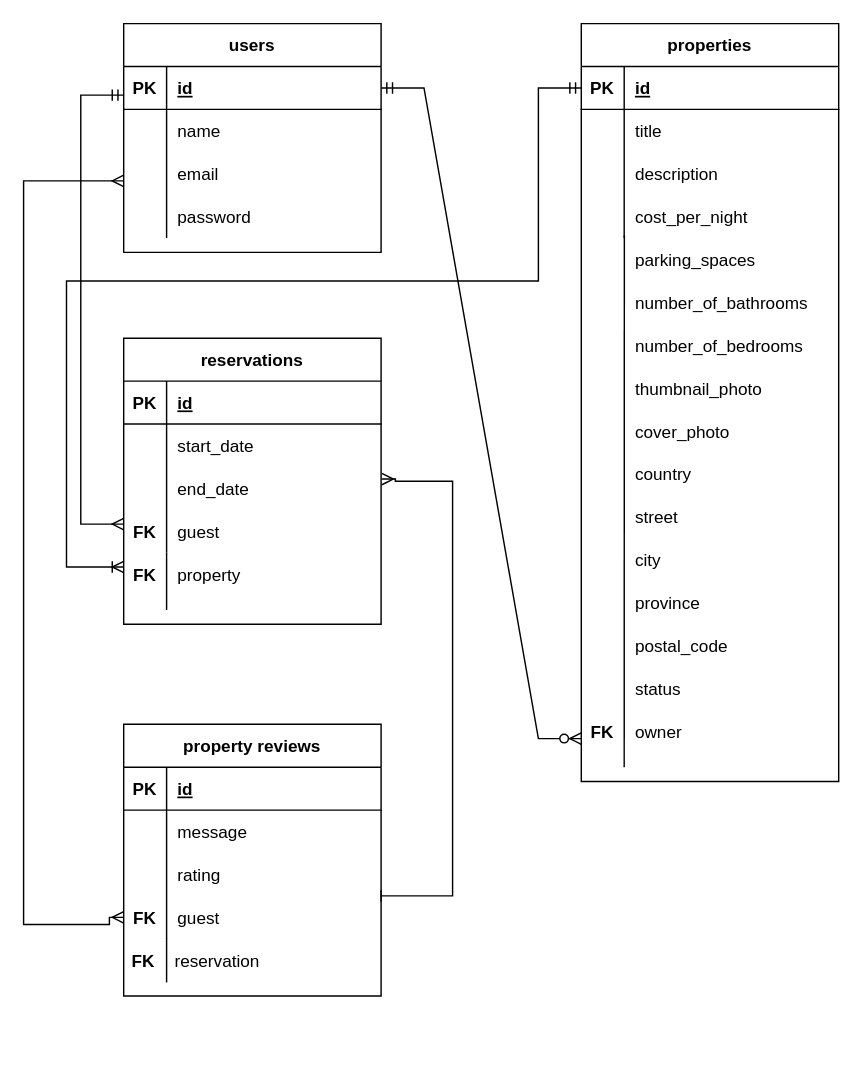
The draw.io diagram BnB.drawio in robertocervantesbetancourt/lighthouseBnB, before the edit. Source tidied: cells renumbered, new cells numbered last; positions are measured from the earlier drawing's top-left corner, leaving out a move shared by most shapes. Both pictures are drawn from the tidied source at 143%, with x=0, y=0 at pixel (23, 23).
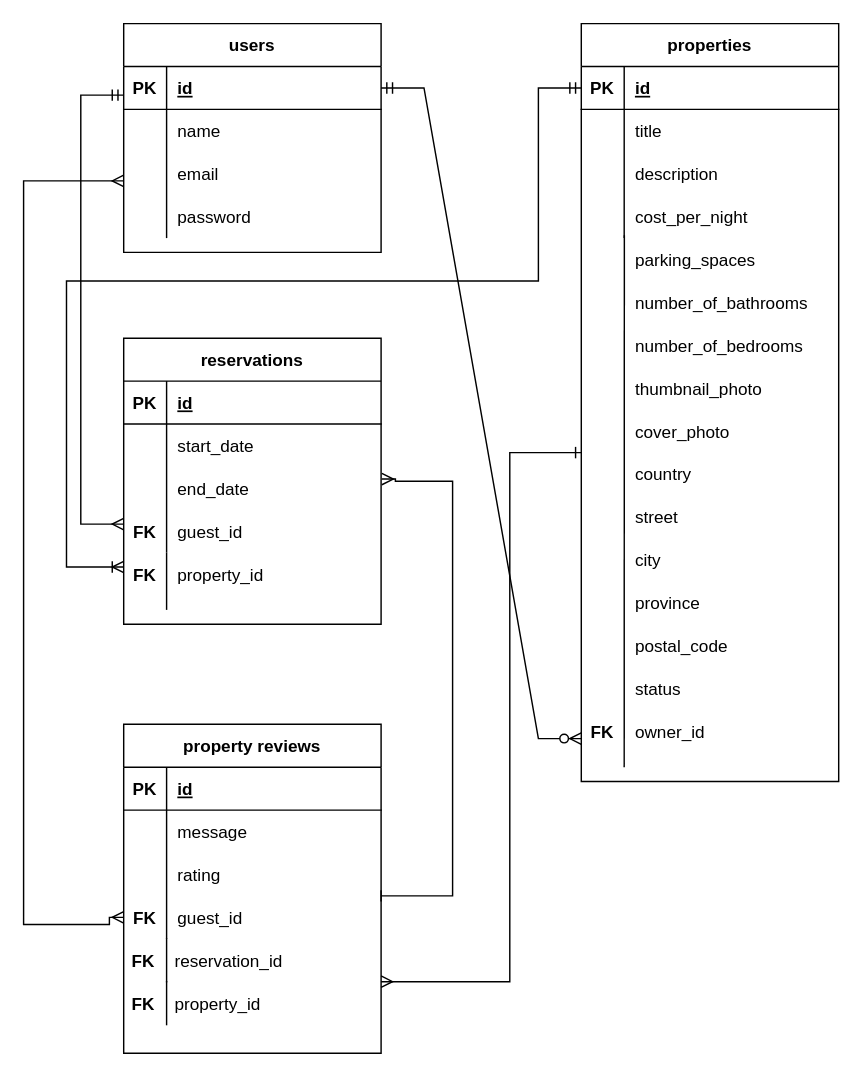
The same diagram, later.

The change refers to these unchanged cells:
```xml
<mxCell id="26" style="shape=tableRow;horizontal=0;startSize=0;swimlaneHead=0;swimlaneBody=0;fillColor=none;top=0;left=0;right=0;bottom=0;" parent="16" vertex="1">
  <mxGeometry y="120" width="180" height="30" as="geometry" />
</mxCell>
<mxCell id="39" style="shape=tableRow;horizontal=0;startSize=0;swimlaneHead=0;swimlaneBody=0;fillColor=none;points=[[0,0.5],[1,0.5]];portConstraint=eastwest;top=0;left=0;right=0;bottom=0;" parent="29" vertex="1">
  <mxGeometry y="120" width="180" height="30" as="geometry" />
</mxCell>
```

The edit, as a diff of the source:
```diff
@@
-    <mxCell id="28" value="guest" style="shape=partialRectangle;fillColor=none;top=0;left=0;bottom=0;right=0;align=left;spacingLeft=6;overflow=hidden;" parent="26" vertex="1">
+    <mxCell id="28" value="guest_id" style="shape=partialRectangle;fillColor=none;top=0;left=0;bottom=0;right=0;align=left;spacingLeft=6;overflow=hidden;" parent="26" vertex="1">
       <mxGeometry x="30" width="150" height="30" as="geometry" />
     </mxCell>
     <mxCell id="29" value="property reviews" style="shape=table;startSize=30;childLayout=tableLayout;rowLines=0;fontStyle=1;align=center;" parent="1" vertex="1">
-      <mxGeometry x="70" y="490" width="180" height="190" as="geometry" />
+      <mxGeometry x="70" y="490" width="180" height="230" as="geometry" />
     </mxCell>
@@
-    <mxCell id="41" value="guest" style="shape=partialRectangle;fillColor=none;top=0;left=0;bottom=0;right=0;align=left;spacingLeft=6;overflow=hidden;" parent="39" vertex="1">
+    <mxCell id="41" value="guest_id" style="shape=partialRectangle;fillColor=none;top=0;left=0;bottom=0;right=0;align=left;spacingLeft=6;overflow=hidden;" parent="39" vertex="1">
       <mxGeometry x="30" width="150" height="30" as="geometry" />
     </mxCell>
@@
-    <mxCell id="66" value="owner" style="shape=partialRectangle;fillColor=none;top=0;left=0;bottom=0;right=0;align=left;spacingLeft=6;overflow=hidden;" parent="1" vertex="1">
+    <mxCell id="66" value="owner_id" style="shape=partialRectangle;fillColor=none;top=0;left=0;bottom=0;right=0;align=left;spacingLeft=6;overflow=hidden;" parent="1" vertex="1">
       <mxGeometry x="420" y="480" width="150" height="30" as="geometry" />
     </mxCell>
@@
-    <mxCell id="69" value="property" style="shape=partialRectangle;fillColor=none;top=0;left=0;bottom=0;right=0;align=left;spacingLeft=6;overflow=hidden;" parent="1" vertex="1">
+    <mxCell id="69" value="property_id" style="shape=partialRectangle;fillColor=none;top=0;left=0;bottom=0;right=0;align=left;spacingLeft=6;overflow=hidden;" parent="1" vertex="1">
       <mxGeometry x="100" y="370" width="150" height="30" as="geometry" />
     </mxCell>
@@
-    <mxCell id="75" value="reservation" style="shape=partialRectangle;fillColor=none;align=left;verticalAlign=middle;strokeColor=none;spacingLeft=34;" parent="1" vertex="1">
+    <mxCell id="75" value="reservation_id" style="shape=partialRectangle;fillColor=none;align=left;verticalAlign=middle;strokeColor=none;spacingLeft=34;" parent="1" vertex="1">
       <mxGeometry x="70" y="640" width="90" height="30" as="geometry" />
     </mxCell>
@@
+    <mxCell id="79" value="property_id" style="shape=partialRectangle;fillColor=none;align=left;verticalAlign=middle;strokeColor=none;spacingLeft=34;" parent="1" vertex="1">
+      <mxGeometry x="70" y="670" width="90" height="30" as="geometry" />
+    </mxCell>
+    <mxCell id="80" value="FK" style="shape=partialRectangle;top=0;left=0;bottom=0;fillColor=none;stokeWidth=1;align=left;verticalAlign=middle;spacingLeft=4;spacingRight=4;overflow=hidden;fontStyle=1;" parent="79" vertex="1">
+      <mxGeometry width="30" height="30" as="geometry" />
+    </mxCell>
+    <mxCell id="81" style="edgeStyle=orthogonalEdgeStyle;fontSize=12;html=1;endArrow=ERone;endFill=1;rounded=0;startArrow=ERmany;startFill=0;" parent="1" edge="1">
+      <mxGeometry relative="1" as="geometry">
+        <mxPoint x="250" y="670" as="sourcePoint" />
+        <mxPoint x="390" y="300" as="targetPoint" />
+        <Array as="points">
+          <mxPoint x="340" y="670" />
+          <mxPoint x="340" y="300" />
+        </Array>
+      </mxGeometry>
+    </mxCell>
```
